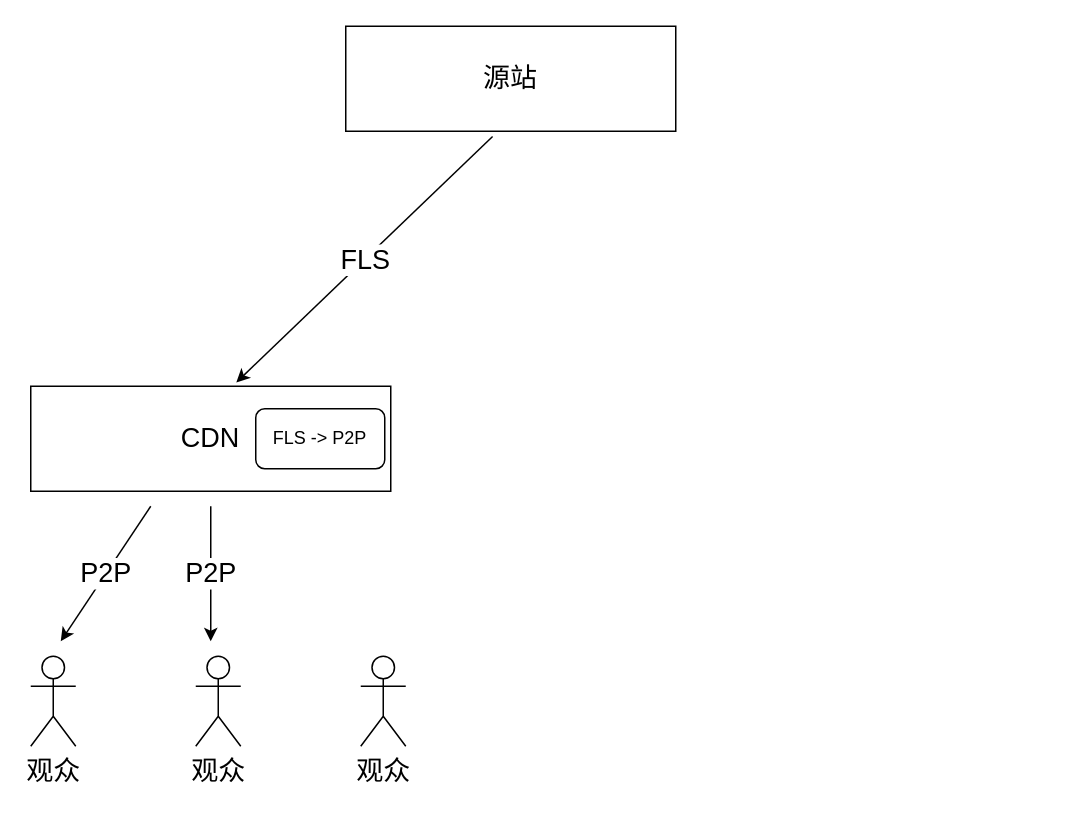
Before: 未命名绘图.drawio in 898311543/temp_, a draw.io diagram. Source tidied: cells renumbered, new cells numbered last; positions are measured from the earlier drawing's top-left corner, leaving out a move shared by most shapes. Both pictures are drawn from the tidied source at 150%, with x=0, y=0 at pixel (30, 26).
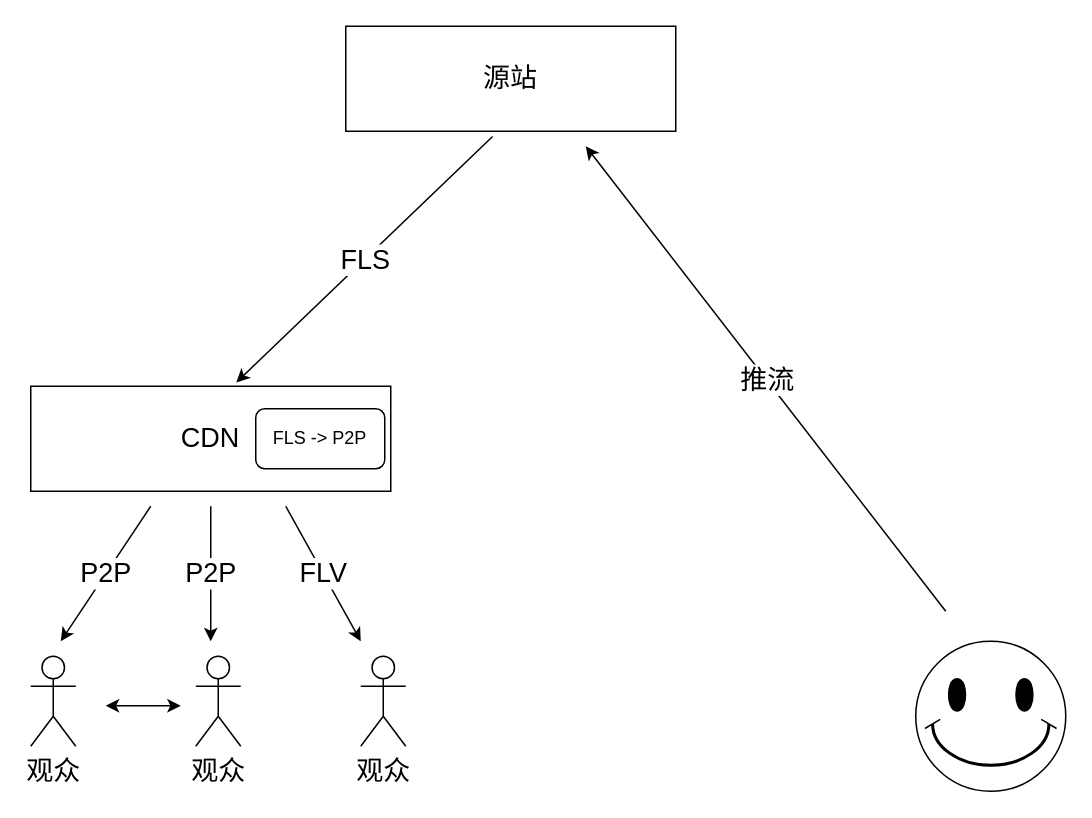
Above is the later version.

Commit message (it also covers changes not shown here):
更新未命名绘图.drawio

What changed in the source:
```diff
@@
+    <mxCell id="12" value="&lt;font style=&quot;font-size: 18px;&quot;&gt;FLV&lt;/font&gt;" style="endArrow=classic;html=1;rounded=0;" parent="1" edge="1">
+      <mxGeometry relative="1" as="geometry">
+        <mxPoint x="170" y="320" as="sourcePoint" />
+        <mxPoint x="220" y="410" as="targetPoint" />
+      </mxGeometry>
+    </mxCell>
+    <mxCell id="13" style="endArrow=classic;html=1;rounded=0;" parent="1" edge="1">
+      <mxGeometry relative="1" as="geometry">
+        <mxPoint x="610" y="390" as="sourcePoint" />
+        <mxPoint x="370" y="80" as="targetPoint" />
+      </mxGeometry>
+    </mxCell>
+    <mxCell id="14" value="&lt;span style=&quot;font-size: 18px;&quot;&gt;推流&lt;/span&gt;" style="edgeLabel;html=1;align=center;verticalAlign=middle;" parent="13" vertex="1">
+      <mxGeometry relative="1" as="geometry" />
+    </mxCell>
+    <mxCell id="15" style="verticalLabelPosition=bottom;verticalAlign=top;html=1;shape=mxgraph.basic.smiley;" parent="1" vertex="1">
+      <mxGeometry x="590" y="410" width="100" height="100" as="geometry" />
+    </mxCell>
+    <mxCell id="16" style="endArrow=classic;startArrow=classic;html=1;rounded=0;" parent="1" edge="1">
+      <mxGeometry relative="1" as="geometry">
+        <mxPoint x="50" y="453" as="sourcePoint" />
+        <mxPoint x="100" y="453" as="targetPoint" />
+        <Array as="points">
+          <mxPoint x="70" y="453" />
+        </Array>
+      </mxGeometry>
+    </mxCell>
```
